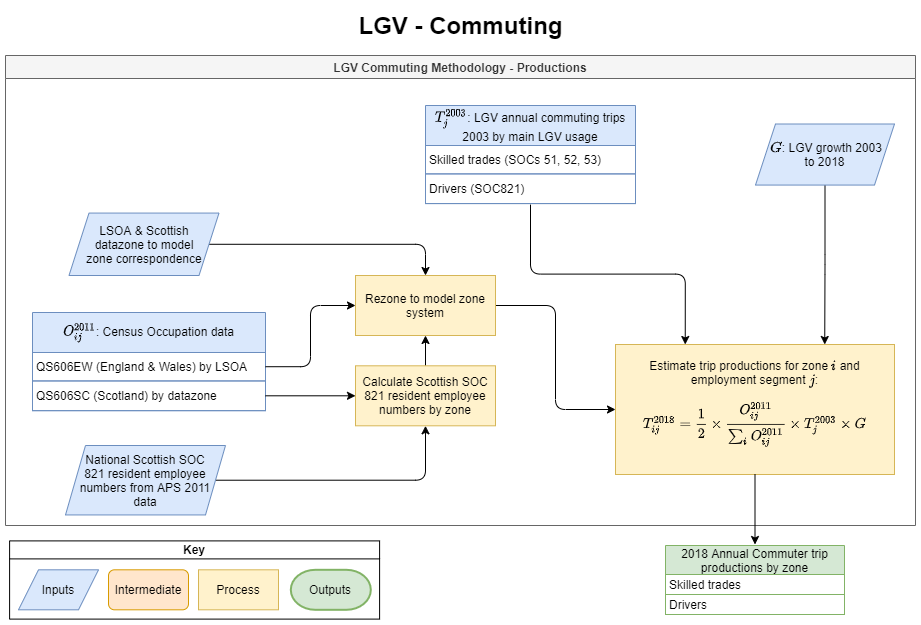
Earlier version of the draw.io export docs/source/_static/images/LGV_methodology-Commuting-Productions.png (Transport-for-the-North/caf.van). Source tidied: cells renumbered, new cells last; positions are measured from the earlier drawing's top-left corner, leaving out a move shared by most shapes.
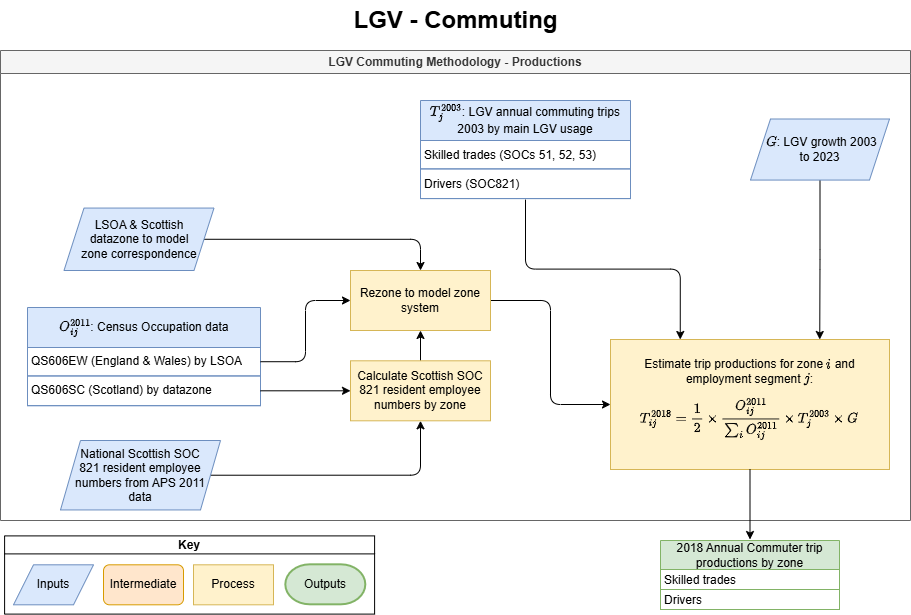
After the commit.

The edit, as a diff of the source:
```diff
@@ -29,7 +29,7 @@
     <mxCell id="10" style="edgeStyle=orthogonalEdgeStyle;rounded=1;jettySize=auto;html=1;exitX=0.5;exitY=1;exitDx=0;exitDy=0;entryX=0.75;entryY=0;entryDx=0;entryDy=0;" parent="2" edge="1" source="11" target="9">
       <mxGeometry relative="1" as="geometry" />
     </mxCell>
-    <mxCell id="11" value="&amp;nbsp;\(G\): LGV growth 2003 to 2018" style="shape=parallelogram;perimeter=parallelogramPerimeter;whiteSpace=wrap;html=1;fixedSize=1;shadow=0;glass=0;labelBackgroundColor=none;comic=0;sketch=0;strokeColor=#6c8ebf;strokeWidth=1;fillColor=#dae8fc;fontSize=12;spacingRight=10;spacingLeft=10;" parent="2" vertex="1">
+    <mxCell id="11" value="&amp;nbsp;\(G\): LGV growth 2003 to 2023" style="shape=parallelogram;perimeter=parallelogramPerimeter;whiteSpace=wrap;html=1;fixedSize=1;shadow=0;glass=0;labelBackgroundColor=none;comic=0;sketch=0;strokeColor=#6c8ebf;strokeWidth=1;fillColor=#dae8fc;fontSize=12;spacingRight=10;spacingLeft=10;" parent="2" vertex="1">
       <mxGeometry x="750" y="68.5" width="139" height="61.1" as="geometry" />
     </mxCell>
     <mxCell id="12" style="group;" parent="2" vertex="1">
```
